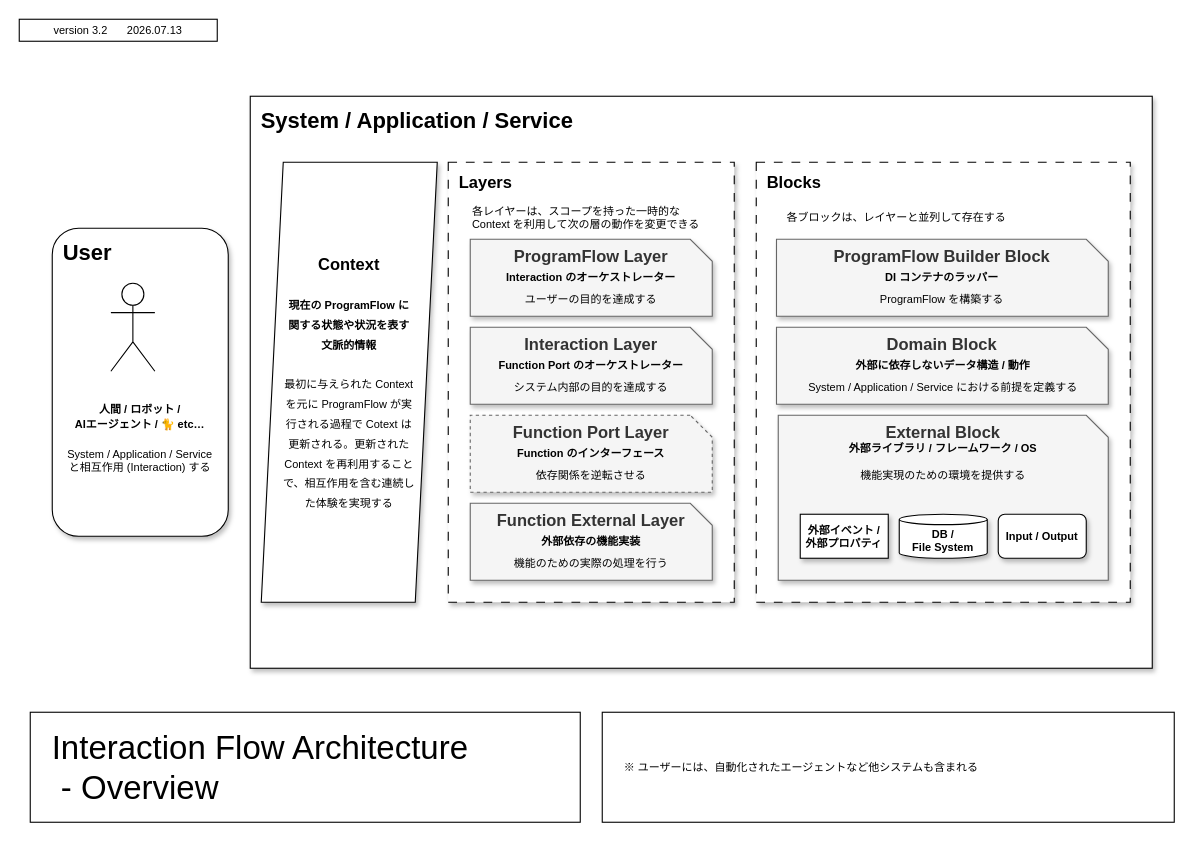
Above: docs/img/src/InteractionFlowArchitecture_Overview.drawio in Studio-id-Game/InteractionFlowArchitecture (draw.io), before the change. Source tidied: cells renumbered, new cells numbered last; positions are measured from the earlier drawing's top-left corner, leaving out a move shared by most shapes. Both pictures are drawn from the tidied source at 110%, with x=0, y=0 at pixel (19, 19).
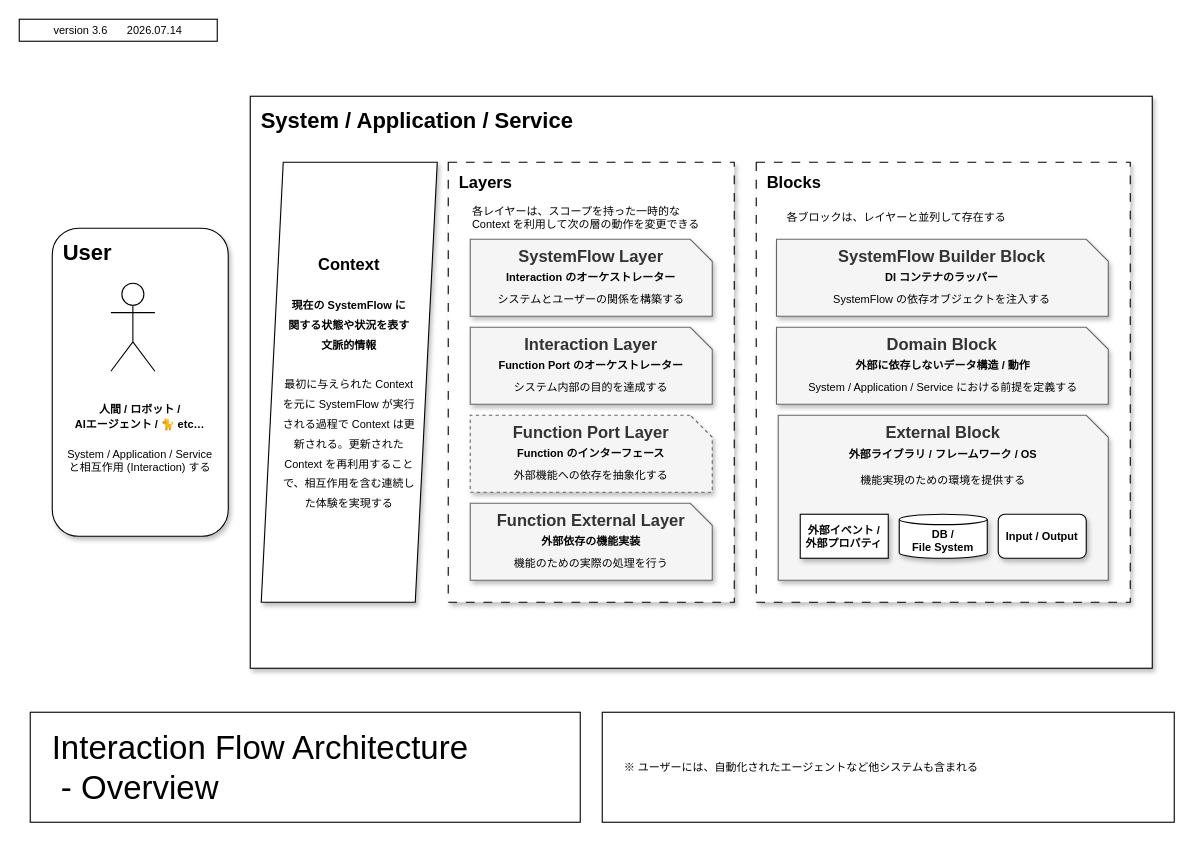
The same page after the edit.

Unchanged cells that the change refers to:
```xml
<mxCell id="9" style="group;" parent="1" vertex="1">
  <mxGeometry x="210" y="70" width="820" height="520" as="geometry" />
</mxCell>
<mxCell id="14" style="group;fillStyle=auto;labelBackgroundColor=none;textShadow=0;labelBorderColor=none;rounded=0;fontFamily=Arial;align=center;shadow=1;verticalAlign=bottom;" parent="12" vertex="1">
  <mxGeometry x="20" y="70" width="220" height="70" as="geometry" />
</mxCell>
<mxCell id="17" style="group;fillStyle=auto;labelBackgroundColor=none;textShadow=0;labelBorderColor=none;rounded=0;fontFamily=Arial;align=center;dashed=1;shadow=1;" parent="12" vertex="1">
  <mxGeometry x="20" y="230" width="220" height="70" as="geometry" />
</mxCell>
<mxCell id="30" style="group;fillStyle=auto;labelBackgroundColor=none;textShadow=0;labelBorderColor=none;rounded=0;fontFamily=Arial;align=center;shadow=1;verticalAlign=bottom;" parent="28" vertex="1">
  <mxGeometry x="18.4" y="70" width="301.6" height="70" as="geometry" />
</mxCell>
<mxCell id="37" style="group;" parent="27" vertex="1">
  <mxGeometry x="20" y="230" width="300" height="150" as="geometry" />
</mxCell>
```

What changed in the source:
```diff
@@
-    <mxCell id="4" value="&lt;div&gt;version 3.2&lt;span style=&quot;white-space: pre;&quot;&gt;&#9;&lt;/span&gt;&lt;span style=&quot;background-color: transparent; color: light-dark(rgb(0, 0, 0), rgb(255, 255, 255));&quot;&gt;2026.07.13&lt;/span&gt;&lt;/div&gt;" style="rounded=0;whiteSpace=wrap;html=1;strokeColor=default;align=center;verticalAlign=middle;fontFamily=Arial;fontSize=10;fontColor=default;fillColor=default;shadow=0;" parent="1" vertex="1">
+    <mxCell id="4" value="&lt;div&gt;version 3.6&lt;span style=&quot;white-space: pre;&quot;&gt;&#9;&lt;/span&gt;&lt;span style=&quot;background-color: transparent; color: light-dark(rgb(0, 0, 0), rgb(255, 255, 255));&quot;&gt;2026.07.14&lt;/span&gt;&lt;/div&gt;" style="rounded=0;whiteSpace=wrap;html=1;strokeColor=default;align=center;verticalAlign=middle;fontFamily=Arial;fontSize=10;fontColor=default;fillColor=default;shadow=0;" parent="1" vertex="1">
       <mxGeometry width="180" height="20" as="geometry" />
     </mxCell>
@@
-    <mxCell id="11" value="&lt;b&gt;Context&lt;/b&gt;&lt;div&gt;&lt;b&gt;&lt;br&gt;&lt;/b&gt;&lt;div&gt;&lt;b&gt;&lt;span style=&quot;font-size: x-small;&quot;&gt;現在の ProgramFlow&amp;nbsp;&lt;/span&gt;&lt;font size=&quot;1&quot;&gt;に&lt;br&gt;関する&lt;/font&gt;&lt;/b&gt;&lt;b style=&quot;background-color: transparent; color: light-dark(rgb(0, 0, 0), rgb(255, 255, 255));&quot;&gt;&lt;font size=&quot;1&quot;&gt;状態や状況を表す&lt;br&gt;文脈的情報&lt;/font&gt;&lt;/b&gt;&lt;/div&gt;&lt;div&gt;&lt;font size=&quot;1&quot;&gt;&lt;br&gt;&lt;/font&gt;&lt;/div&gt;&lt;div&gt;&lt;font size=&quot;1&quot;&gt;最初に与えられた Context を元に&amp;nbsp;&lt;/font&gt;&lt;span style=&quot;background-color: transparent; color: light-dark(rgb(0, 0, 0), rgb(255, 255, 255));&quot;&gt;&lt;font size=&quot;1&quot;&gt;ProgramFlow が実行される過程で Cotext は&lt;/font&gt;&lt;/span&gt;&lt;span style=&quot;background-color: transparent; color: light-dark(rgb(0, 0, 0), rgb(255, 255, 255)); font-size: x-small;&quot;&gt;更新される。&lt;/span&gt;&lt;span style=&quot;background-color: transparent; color: light-dark(rgb(0, 0, 0), rgb(255, 255, 255)); font-size: x-small;&quot;&gt;更新された Context を&lt;/span&gt;&lt;span style=&quot;background-color: transparent; color: light-dark(rgb(0, 0, 0), rgb(255, 255, 255)); font-size: x-small;&quot;&gt;再利用することで、相互作用を含む&lt;/span&gt;&lt;span style=&quot;background-color: transparent; color: light-dark(rgb(0, 0, 0), rgb(255, 255, 255)); font-size: x-small;&quot;&gt;連続した体験&lt;/span&gt;&lt;span style=&quot;background-color: transparent; color: light-dark(rgb(0, 0, 0), rgb(255, 255, 255)); font-size: x-small;&quot;&gt;を実現する&lt;/span&gt;&lt;/div&gt;&lt;/div&gt;" style="shape=parallelogram;perimeter=parallelogramPerimeter;whiteSpace=wrap;html=1;fixedSize=1;fontFamily=Arial;fontSize=15;size=20;rounded=0;shadow=1;verticalAlign=middle;align=center;spacingLeft=0;spacing=20;" parent="9" vertex="1">
+    <mxCell id="11" value="&lt;b&gt;Context&lt;/b&gt;&lt;div&gt;&lt;b&gt;&lt;br&gt;&lt;/b&gt;&lt;div&gt;&lt;b&gt;&lt;span style=&quot;font-size: x-small;&quot;&gt;現在の SystemFlow&amp;nbsp;&lt;/span&gt;&lt;font size=&quot;1&quot;&gt;に&lt;br&gt;関する&lt;/font&gt;&lt;/b&gt;&lt;b style=&quot;background-color: transparent; color: light-dark(rgb(0, 0, 0), rgb(255, 255, 255));&quot;&gt;&lt;font size=&quot;1&quot;&gt;状態や状況を表す&lt;br&gt;文脈的情報&lt;/font&gt;&lt;/b&gt;&lt;/div&gt;&lt;div&gt;&lt;font size=&quot;1&quot;&gt;&lt;br&gt;&lt;/font&gt;&lt;/div&gt;&lt;div&gt;&lt;font size=&quot;1&quot;&gt;最初に与えられた Context を元に&amp;nbsp;&lt;/font&gt;&lt;span style=&quot;background-color: transparent; color: light-dark(rgb(0, 0, 0), rgb(255, 255, 255));&quot;&gt;&lt;font size=&quot;1&quot;&gt;SystemFlow が実行される過程で Context は&lt;/font&gt;&lt;/span&gt;&lt;span style=&quot;background-color: transparent; color: light-dark(rgb(0, 0, 0), rgb(255, 255, 255)); font-size: x-small;&quot;&gt;更新される。&lt;/span&gt;&lt;span style=&quot;background-color: transparent; color: light-dark(rgb(0, 0, 0), rgb(255, 255, 255)); font-size: x-small;&quot;&gt;更新された Context を&lt;/span&gt;&lt;span style=&quot;background-color: transparent; color: light-dark(rgb(0, 0, 0), rgb(255, 255, 255)); font-size: x-small;&quot;&gt;再利用することで、相互作用を含む&lt;/span&gt;&lt;span style=&quot;background-color: transparent; color: light-dark(rgb(0, 0, 0), rgb(255, 255, 255)); font-size: x-small;&quot;&gt;連続した体験&lt;/span&gt;&lt;span style=&quot;background-color: transparent; color: light-dark(rgb(0, 0, 0), rgb(255, 255, 255)); font-size: x-small;&quot;&gt;を実現する&lt;/span&gt;&lt;/div&gt;&lt;/div&gt;" style="shape=parallelogram;perimeter=parallelogramPerimeter;whiteSpace=wrap;html=1;fixedSize=1;fontFamily=Arial;fontSize=15;size=20;rounded=0;shadow=1;verticalAlign=middle;align=center;spacingLeft=0;spacing=20;" parent="9" vertex="1">
       <mxGeometry x="10" y="60" width="160" height="400" as="geometry" />
     </mxCell>
@@
-    <mxCell id="15" value="&lt;div&gt;ProgramFlow Layer&lt;/div&gt;" style="shape=card;whiteSpace=wrap;html=1;rounded=0;strokeColor=#666666;align=center;verticalAlign=top;fontFamily=Arial;fontSize=15;fillColor=#f5f5f5;size=20;flipH=1;legacyAnchorPoints=0;fontStyle=1;fontColor=#333333;shadow=1;" parent="14" vertex="1">
+    <mxCell id="15" value="&lt;div&gt;SystemFlow Layer&lt;/div&gt;" style="shape=card;whiteSpace=wrap;html=1;rounded=0;strokeColor=#666666;align=center;verticalAlign=top;fontFamily=Arial;fontSize=15;fillColor=#f5f5f5;size=20;flipH=1;legacyAnchorPoints=0;fontStyle=1;fontColor=#333333;shadow=1;" parent="14" vertex="1">
       <mxGeometry width="220" height="70" as="geometry" />
     </mxCell>
-    <mxCell id="16" value="&lt;div style=&quot;line-height: 200%;&quot;&gt;&lt;b&gt;Interaction のオーケストレーター&lt;/b&gt;&lt;br&gt;ユーザーの目的を達成する&lt;/div&gt;" style="text;fontFamily=Arial;fontSize=10;fontColor=default;spacingTop=10;spacing=10;rounded=0;align=center;glass=0;shadow=1;html=1;whiteSpace=wrap;verticalAlign=top;labelPosition=center;verticalLabelPosition=middle;spacingLeft=0;" parent="14" vertex="1">
+    <mxCell id="16" value="&lt;div style=&quot;line-height: 200%;&quot;&gt;&lt;b&gt;Interaction のオーケストレーター&lt;/b&gt;&lt;br&gt;&lt;span style=&quot;text-align: left;&quot;&gt;システムとユーザーの関係を構築する&lt;/span&gt;&lt;/div&gt;" style="text;fontFamily=Arial;fontSize=10;fontColor=default;spacingTop=10;spacing=10;rounded=0;align=center;glass=0;shadow=1;html=1;whiteSpace=wrap;verticalAlign=top;labelPosition=center;verticalLabelPosition=middle;spacingLeft=0;" parent="14" vertex="1">
       <mxGeometry width="220" height="70" as="geometry" />
     </mxCell>
@@
-    <mxCell id="19" value="&lt;span style=&quot;&quot; id=&quot;docs-internal-guid-e05309fc-7fff-ecf8-ab55-d977a82e0f61&quot;&gt;&lt;p dir=&quot;ltr&quot; style=&quot;line-height: 1.2; margin-top: 0pt; margin-bottom: 0pt;&quot;&gt;&lt;font&gt;&lt;b style=&quot;white-space: pre-wrap; line-height: 20px;&quot;&gt;Function のインターフェース&lt;/b&gt;&lt;span style=&quot;white-space-collapse: preserve;&quot;&gt;&lt;span style=&quot;line-height: 200%;&quot;&gt;&lt;b&gt;&lt;br&gt;&lt;/b&gt;依存関係を逆転させる&lt;/span&gt;&lt;/span&gt;&lt;/font&gt;&lt;/p&gt;&lt;/span&gt;" style="text;whiteSpace=wrap;html=1;fontFamily=Arial;fontSize=10;fontColor=default;spacingTop=10;spacing=10;rounded=0;align=center;shadow=1;" parent="17" vertex="1">
+    <mxCell id="19" value="&lt;span style=&quot;&quot; id=&quot;docs-internal-guid-e05309fc-7fff-ecf8-ab55-d977a82e0f61&quot;&gt;&lt;p dir=&quot;ltr&quot; style=&quot;line-height: 1.2; margin-top: 0pt; margin-bottom: 0pt;&quot;&gt;&lt;span style=&quot;white-space: pre-wrap; line-height: 20px;&quot;&gt;&lt;b&gt;Function のインターフェース&lt;br&gt;&lt;/b&gt;外部機能への依存を&lt;/span&gt;&lt;span style=&quot;white-space: pre-wrap;&quot;&gt;&lt;span style=&quot;line-height: 20px;&quot;&gt;抽象化する&lt;/span&gt;&lt;/span&gt;&lt;/p&gt;&lt;/span&gt;" style="text;whiteSpace=wrap;html=1;fontFamily=Arial;fontSize=10;fontColor=default;spacingTop=10;spacing=10;rounded=0;align=center;shadow=1;" parent="17" vertex="1">
       <mxGeometry width="220" height="70" as="geometry" />
     </mxCell>
@@
-    <mxCell id="31" value="ProgramFlow Builder Block" style="shape=card;whiteSpace=wrap;html=1;rounded=0;strokeColor=#666666;align=center;verticalAlign=top;fontFamily=Arial;fontSize=15;fillColor=#f5f5f5;size=20;flipH=1;legacyAnchorPoints=0;fontStyle=1;fontColor=#333333;shadow=1;" parent="30" vertex="1">
+    <mxCell id="31" value="SystemFlow Builder Block" style="shape=card;whiteSpace=wrap;html=1;rounded=0;strokeColor=#666666;align=center;verticalAlign=top;fontFamily=Arial;fontSize=15;fillColor=#f5f5f5;size=20;flipH=1;legacyAnchorPoints=0;fontStyle=1;fontColor=#333333;shadow=1;" parent="30" vertex="1">
       <mxGeometry width="301.6" height="70" as="geometry" />
     </mxCell>
-    <mxCell id="32" value="&lt;div style=&quot;line-height: 200%;&quot;&gt;&lt;div style=&quot;line-height: 200%;&quot;&gt;&lt;b&gt;DI コンテナのラッパー&lt;/b&gt;&lt;/div&gt;&lt;div style=&quot;line-height: 200%;&quot;&gt;ProgramFlow を構築する&lt;/div&gt;&lt;/div&gt;" style="text;fontFamily=Arial;fontSize=10;fontColor=default;spacingTop=10;spacing=10;rounded=0;align=center;glass=0;shadow=1;html=1;whiteSpace=wrap;verticalAlign=top;labelPosition=center;verticalLabelPosition=middle;spacingLeft=0;" parent="30" vertex="1">
+    <mxCell id="32" value="&lt;div style=&quot;line-height: 200%;&quot;&gt;&lt;div style=&quot;line-height: 200%;&quot;&gt;&lt;b&gt;DI コンテナのラッパー&lt;/b&gt;&lt;/div&gt;&lt;div style=&quot;line-height: 200%;&quot;&gt;SystemFlow の依存オブジェクトを注入する&lt;/div&gt;&lt;/div&gt;" style="text;fontFamily=Arial;fontSize=10;fontColor=default;spacingTop=10;spacing=10;rounded=0;align=center;glass=0;shadow=1;html=1;whiteSpace=wrap;verticalAlign=top;labelPosition=center;verticalLabelPosition=middle;spacingLeft=0;" parent="30" vertex="1">
       <mxGeometry width="301.6" height="70" as="geometry" />
     </mxCell>
@@
-    <mxCell id="39" value="&lt;span style=&quot;&quot; id=&quot;docs-internal-guid-e05309fc-7fff-ecf8-ab55-d977a82e0f61&quot;&gt;&lt;p dir=&quot;ltr&quot; style=&quot;line-height: 1.2; margin-top: 0pt; margin-bottom: 0pt;&quot;&gt;&lt;span style=&quot;color: light-dark(rgb(0, 0, 0), rgb(255, 255, 255)); background-color: transparent; font-weight: bold;&quot;&gt;外部ライブラリ /&amp;nbsp;&lt;/span&gt;&lt;span style=&quot;color: light-dark(rgb(0, 0, 0), rgb(255, 255, 255)); background-color: transparent; font-weight: bold;&quot;&gt;フレームワーク / &lt;/span&gt;&lt;span style=&quot;color: light-dark(rgb(0, 0, 0), rgb(255, 255, 255)); background-color: transparent;&quot;&gt;&lt;b&gt;OS&lt;/b&gt;&lt;br&gt;&lt;br&gt;機能実現のための環境を提供する&lt;/span&gt;&lt;/p&gt;&lt;p dir=&quot;ltr&quot; style=&quot;line-height: 1.2; margin-top: 0pt; margin-bottom: 0pt;&quot;&gt;&lt;font&gt;&lt;span style=&quot;white-space-collapse: preserve;&quot;&gt;&lt;b style=&quot;line-height: 200%;&quot;&gt;&lt;/b&gt;&lt;/span&gt;&lt;/font&gt;&lt;/p&gt;&lt;/span&gt;" style="text;whiteSpace=wrap;html=1;fontFamily=Arial;fontSize=10;fontColor=default;spacingTop=10;spacing=10;rounded=0;align=center;shadow=1;" parent="37" vertex="1">
+    <mxCell id="39" value="&lt;span style=&quot;&quot; id=&quot;docs-internal-guid-e05309fc-7fff-ecf8-ab55-d977a82e0f61&quot;&gt;&lt;p dir=&quot;ltr&quot; style=&quot;line-height: 1.2; margin-top: 0pt; margin-bottom: 0pt;&quot;&gt;&lt;span style=&quot;color: light-dark(rgb(0, 0, 0), rgb(255, 255, 255)); background-color: transparent; font-weight: bold;&quot;&gt;外部ライブラリ /&amp;nbsp;&lt;/span&gt;&lt;span style=&quot;color: light-dark(rgb(0, 0, 0), rgb(255, 255, 255)); background-color: transparent; font-weight: bold;&quot;&gt;フレームワーク / &lt;/span&gt;&lt;span style=&quot;color: light-dark(rgb(0, 0, 0), rgb(255, 255, 255)); background-color: transparent;&quot;&gt;&lt;b&gt;OS&lt;/b&gt;&lt;br&gt;&lt;br&gt;機能実現のための環境を提供する&lt;/span&gt;&lt;/p&gt;&lt;p dir=&quot;ltr&quot; style=&quot;line-height: 1.2; margin-top: 0pt; margin-bottom: 0pt;&quot;&gt;&lt;font&gt;&lt;span style=&quot;white-space-collapse: preserve;&quot;&gt;&lt;b style=&quot;line-height: 200%;&quot;&gt;&lt;/b&gt;&lt;/span&gt;&lt;/font&gt;&lt;/p&gt;&lt;/span&gt;" style="text;whiteSpace=wrap;html=1;fontFamily=Arial;fontSize=10;fontColor=default;spacingTop=15;spacing=10;rounded=0;align=center;shadow=1;" parent="37" vertex="1">
       <mxGeometry width="300" height="150" as="geometry" />
     </mxCell>
```
